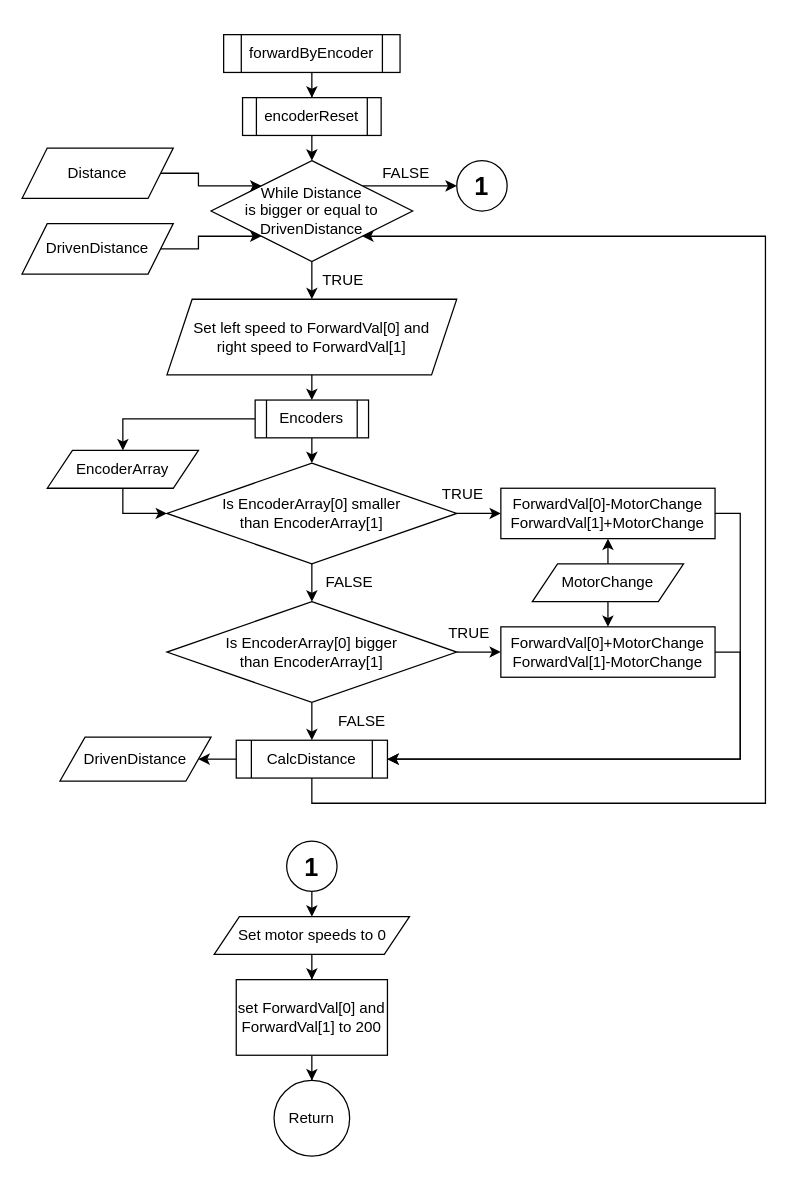
jens1906/P1-project-1.-semester keeps this draw.io diagram as Draw/forwardByEncoder.drawio. Above is the earlier version. Source tidied: cells renumbered, new cells numbered last; positions are measured from the earlier drawing's top-left corner, leaving out a move shared by most shapes. Both pictures are drawn from the tidied source at 126%, with x=0, y=0 at pixel (21, 34).
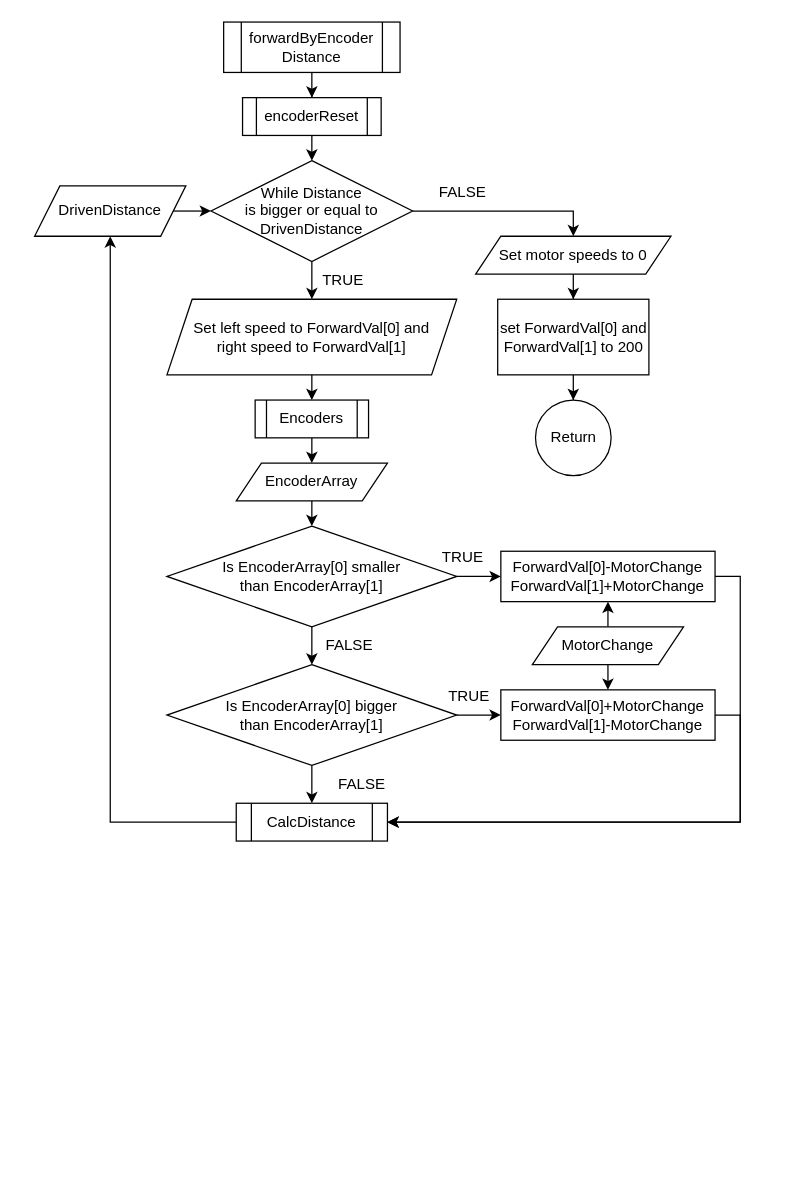
Above is the later version.

Unchanged cells that the change refers to:
```xml
<mxCell id="8" value="While Distance &lt;br&gt;is bigger or equal to DrivenDistance" style="rhombus;whiteSpace=wrap;html=1;" parent="1" vertex="1">
  <mxGeometry x="150" y="100" width="160" height="80" as="geometry" />
</mxCell>
<mxCell id="15" value="Encoders" style="shape=process;whiteSpace=wrap;html=1;backgroundOutline=1;" parent="1" vertex="1">
  <mxGeometry x="185" y="290" width="90" height="30" as="geometry" />
</mxCell>
```

The edit, as a diff of the source:
```diff
@@
-    <mxCell id="3" value="forwardByEncoder" style="shape=process;whiteSpace=wrap;html=1;backgroundOutline=1;" parent="1" vertex="1">
-      <mxGeometry x="160" width="140" height="30" as="geometry" />
+    <mxCell id="3" value="forwardByEncoder&lt;br&gt;Distance" style="shape=process;whiteSpace=wrap;html=1;backgroundOutline=1;" parent="1" vertex="1">
+      <mxGeometry x="160" y="-10" width="140" height="40" as="geometry" />
     </mxCell>
@@
-    <mxCell id="7" style="edgeStyle=orthogonalEdgeStyle;rounded=0;jettySize=auto;html=1;exitX=1;exitY=0;exitDx=0;exitDy=0;entryX=0;entryY=0.5;entryDx=0;entryDy=0;" parent="1" edge="1" source="8" target="40">
+    <mxCell id="7" style="edgeStyle=orthogonalEdgeStyle;rounded=0;jettySize=auto;html=1;exitX=1;exitY=0.5;exitDx=0;exitDy=0;entryX=0.5;entryY=0;entryDx=0;entryDy=0;" parent="1" edge="1" source="8" target="44">
       <mxGeometry relative="1" as="geometry" />
     </mxCell>
@@
-    <mxCell id="9" style="edgeStyle=orthogonalEdgeStyle;rounded=0;jettySize=auto;html=1;exitX=1;exitY=0.5;exitDx=0;exitDy=0;entryX=0;entryY=0;entryDx=0;entryDy=0;" parent="1" edge="1" source="10" target="8">
-      <mxGeometry relative="1" as="geometry" />
-    </mxCell>
-    <mxCell id="10" value="Distance" style="shape=parallelogram;perimeter=parallelogramPerimeter;whiteSpace=wrap;html=1;fixedSize=1;" parent="1" vertex="1">
-      <mxGeometry y="90" width="120" height="40" as="geometry" />
-    </mxCell>
@@
-    <mxCell id="13" style="edgeStyle=orthogonalEdgeStyle;rounded=0;jettySize=auto;html=1;exitX=0.5;exitY=1;exitDx=0;exitDy=0;entryX=0.5;entryY=0;entryDx=0;entryDy=0;" parent="1" edge="1" source="15" target="18">
-      <mxGeometry relative="1" as="geometry" />
-    </mxCell>
-    <mxCell id="14" style="edgeStyle=orthogonalEdgeStyle;rounded=0;jettySize=auto;html=1;exitX=0;exitY=0.5;exitDx=0;exitDy=0;entryX=0.5;entryY=0;entryDx=0;entryDy=0;" parent="1" edge="1" source="15" target="20">
+    <mxCell id="14" style="edgeStyle=orthogonalEdgeStyle;rounded=0;jettySize=auto;html=1;exitX=0.5;exitY=1;exitDx=0;exitDy=0;entryX=0.5;entryY=0;entryDx=0;entryDy=0;" parent="1" edge="1" source="15" target="20">
       <mxGeometry relative="1" as="geometry" />
     </mxCell>
@@
     <mxCell id="18" value="Is EncoderArray[0] smaller &lt;br&gt;than EncoderArray[1]" style="rhombus;whiteSpace=wrap;html=1;" parent="1" vertex="1">
-      <mxGeometry x="115" y="340" width="230" height="80" as="geometry" />
+      <mxGeometry x="115" y="390" width="230" height="80" as="geometry" />
     </mxCell>
-    <mxCell id="19" style="edgeStyle=orthogonalEdgeStyle;rounded=0;jettySize=auto;html=1;exitX=0.5;exitY=1;exitDx=0;exitDy=0;entryX=0;entryY=0.5;entryDx=0;entryDy=0;" parent="1" edge="1" source="20" target="18">
+    <mxCell id="19" style="edgeStyle=orthogonalEdgeStyle;rounded=0;jettySize=auto;html=1;exitX=0.5;exitY=1;exitDx=0;exitDy=0;entryX=0.5;entryY=0;entryDx=0;entryDy=0;" parent="1" edge="1" source="20" target="18">
       <mxGeometry relative="1" as="geometry" />
     </mxCell>
     <mxCell id="20" value="EncoderArray" style="shape=parallelogram;perimeter=parallelogramPerimeter;whiteSpace=wrap;html=1;fixedSize=1;" parent="1" vertex="1">
-      <mxGeometry x="20" y="330" width="120" height="30" as="geometry" />
+      <mxGeometry x="170" y="340" width="120" height="30" as="geometry" />
     </mxCell>
@@
     <mxCell id="22" value="ForwardVal[0]-MotorChange&lt;br&gt;ForwardVal[1]+MotorChange" style="rounded=0;whiteSpace=wrap;html=1;" parent="1" vertex="1">
-      <mxGeometry x="380" y="360" width="170" height="40" as="geometry" />
+      <mxGeometry x="380" y="410" width="170" height="40" as="geometry" />
     </mxCell>
@@
     <mxCell id="25" value="Is EncoderArray[0] bigger&lt;br&gt;than EncoderArray[1]" style="rhombus;whiteSpace=wrap;html=1;" parent="1" vertex="1">
-      <mxGeometry x="115" y="450" width="230" height="80" as="geometry" />
+      <mxGeometry x="115" y="500" width="230" height="80" as="geometry" />
     </mxCell>
@@
     <mxCell id="27" value="ForwardVal[0]+MotorChange&lt;br&gt;ForwardVal[1]-MotorChange" style="rounded=0;whiteSpace=wrap;html=1;" parent="1" vertex="1">
-      <mxGeometry x="380" y="470" width="170" height="40" as="geometry" />
+      <mxGeometry x="380" y="520" width="170" height="40" as="geometry" />
     </mxCell>
     <mxCell id="28" value="FALSE" style="text;html=1;strokeColor=none;fillColor=none;align=center;verticalAlign=middle;whiteSpace=wrap;rounded=0;" parent="1" vertex="1">
-      <mxGeometry x="230" y="420" width="60" height="30" as="geometry" />
+      <mxGeometry x="230" y="470" width="60" height="30" as="geometry" />
     </mxCell>
     <mxCell id="29" value="TRUE" style="text;html=1;strokeColor=none;fillColor=none;align=center;verticalAlign=middle;whiteSpace=wrap;rounded=0;" parent="1" vertex="1">
-      <mxGeometry x="320" y="350" width="60" height="30" as="geometry" />
+      <mxGeometry x="320" y="400" width="60" height="30" as="geometry" />
     </mxCell>
     <mxCell id="30" value="TRUE" style="text;html=1;strokeColor=none;fillColor=none;align=center;verticalAlign=middle;whiteSpace=wrap;rounded=0;" parent="1" vertex="1">
-      <mxGeometry x="325" y="460" width="60" height="30" as="geometry" />
+      <mxGeometry x="325" y="510" width="60" height="30" as="geometry" />
     </mxCell>
     <mxCell id="31" value="FALSE" style="text;html=1;strokeColor=none;fillColor=none;align=center;verticalAlign=middle;whiteSpace=wrap;rounded=0;" parent="1" vertex="1">
-      <mxGeometry x="240" y="530" width="60" height="30" as="geometry" />
+      <mxGeometry x="240" y="580" width="60" height="30" as="geometry" />
     </mxCell>
-    <mxCell id="32" style="edgeStyle=orthogonalEdgeStyle;rounded=0;jettySize=auto;html=1;exitX=1;exitY=0.5;exitDx=0;exitDy=0;entryX=0;entryY=1;entryDx=0;entryDy=0;" parent="1" edge="1" source="33" target="8">
+    <mxCell id="32" style="edgeStyle=orthogonalEdgeStyle;rounded=0;jettySize=auto;html=1;exitX=1;exitY=0.5;exitDx=0;exitDy=0;entryX=0;entryY=0.5;entryDx=0;entryDy=0;" parent="1" edge="1" source="33" target="8">
       <mxGeometry relative="1" as="geometry" />
     </mxCell>
     <mxCell id="33" value="DrivenDistance" style="shape=parallelogram;perimeter=parallelogramPerimeter;whiteSpace=wrap;html=1;fixedSize=1;" parent="1" vertex="1">
-      <mxGeometry y="150" width="120" height="40" as="geometry" />
+      <mxGeometry x="10" y="120" width="120" height="40" as="geometry" />
     </mxCell>
-    <mxCell id="34" style="edgeStyle=orthogonalEdgeStyle;rounded=0;jettySize=auto;html=1;exitX=0;exitY=0.5;exitDx=0;exitDy=0;entryX=1;entryY=0.5;entryDx=0;entryDy=0;" parent="1" edge="1" source="36" target="37">
-      <mxGeometry relative="1" as="geometry" />
-    </mxCell>
-    <mxCell id="35" style="edgeStyle=orthogonalEdgeStyle;rounded=0;jettySize=auto;html=1;exitX=0.5;exitY=1;exitDx=0;exitDy=0;entryX=1;entryY=1;entryDx=0;entryDy=0;" parent="1" edge="1" source="36" target="8">
-      <mxGeometry relative="1" as="geometry">
-        <Array as="points">
-          <mxPoint x="230" y="610" />
-          <mxPoint x="590" y="610" />
-          <mxPoint x="590" y="160" />
-        </Array>
-      </mxGeometry>
-    </mxCell>
+    <mxCell id="51" style="edgeStyle=orthogonalEdgeStyle;rounded=0;jettySize=auto;html=1;exitX=0;exitY=0.5;exitDx=0;exitDy=0;entryX=0.5;entryY=1;entryDx=0;entryDy=0;" parent="1" edge="1" source="36" target="33">
+      <mxGeometry relative="1" as="geometry" />
+    </mxCell>
     <mxCell id="36" value="CalcDistance" style="shape=process;whiteSpace=wrap;html=1;backgroundOutline=1;" parent="1" vertex="1">
-      <mxGeometry x="170" y="560" width="120" height="30" as="geometry" />
+      <mxGeometry x="170" y="610" width="120" height="30" as="geometry" />
     </mxCell>
-    <mxCell id="37" value="DrivenDistance" style="shape=parallelogram;perimeter=parallelogramPerimeter;whiteSpace=wrap;html=1;fixedSize=1;" parent="1" vertex="1">
-      <mxGeometry x="30" y="557.5" width="120" height="35" as="geometry" />
-    </mxCell>
-    <mxCell id="38" style="edgeStyle=orthogonalEdgeStyle;rounded=0;jettySize=auto;html=1;exitX=0.5;exitY=1;exitDx=0;exitDy=0;entryX=0.5;entryY=0;entryDx=0;entryDy=0;" parent="1" edge="1" source="39" target="44">
-      <mxGeometry relative="1" as="geometry" />
-    </mxCell>
-    <mxCell id="39" value="&lt;font style=&quot;font-size: 20px;&quot;&gt;&lt;b&gt;1&lt;/b&gt;&lt;/font&gt;" style="ellipse;whiteSpace=wrap;html=1;" parent="1" vertex="1">
-      <mxGeometry x="210" y="640" width="40" height="40" as="geometry" />
-    </mxCell>
-    <mxCell id="40" value="&lt;font style=&quot;font-size: 20px;&quot;&gt;&lt;b&gt;1&lt;/b&gt;&lt;/font&gt;" style="ellipse;whiteSpace=wrap;html=1;" parent="1" vertex="1">
-      <mxGeometry x="345" y="100" width="40" height="40" as="geometry" />
-    </mxCell>
@@
     <mxCell id="42" value="FALSE" style="text;html=1;strokeColor=none;fillColor=none;align=center;verticalAlign=middle;whiteSpace=wrap;rounded=0;" parent="1" vertex="1">
-      <mxGeometry x="275" y="95" width="60" height="30" as="geometry" />
+      <mxGeometry x="320" y="110" width="60" height="30" as="geometry" />
     </mxCell>
@@
     <mxCell id="44" value="Set motor speeds to 0" style="shape=parallelogram;perimeter=parallelogramPerimeter;whiteSpace=wrap;html=1;fixedSize=1;" parent="1" vertex="1">
-      <mxGeometry x="152.5" y="700" width="155" height="30" as="geometry" />
+      <mxGeometry x="360" y="160" width="155" height="30" as="geometry" />
     </mxCell>
@@
     <mxCell id="46" value="set ForwardVal[0] and ForwardVal[1] to 200" style="whiteSpace=wrap;html=1;rounded=0;" parent="1" vertex="1">
-      <mxGeometry x="170" y="750" width="120" height="60" as="geometry" />
+      <mxGeometry x="377.5" y="210" width="120" height="60" as="geometry" />
     </mxCell>
     <mxCell id="47" value="Return" style="ellipse;whiteSpace=wrap;html=1;rounded=0;" parent="1" vertex="1">
-      <mxGeometry x="200" y="830" width="60" height="60" as="geometry" />
+      <mxGeometry x="407.5" y="290" width="60" height="60" as="geometry" />
     </mxCell>
@@
     <mxCell id="50" value="MotorChange" style="shape=parallelogram;perimeter=parallelogramPerimeter;whiteSpace=wrap;html=1;fixedSize=1;" parent="1" vertex="1">
-      <mxGeometry x="405" y="420" width="120" height="30" as="geometry" />
+      <mxGeometry x="405" y="470" width="120" height="30" as="geometry" />
     </mxCell>
```
